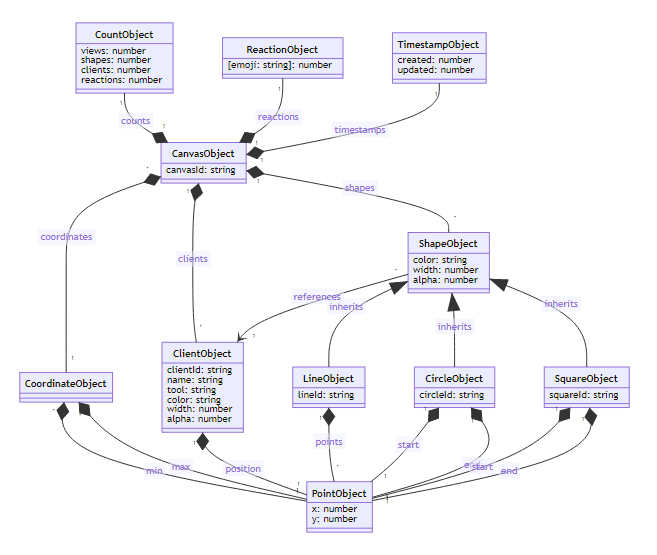
The Mermaid diagram diagrams/data-model.png in ghackenberg/paintwall, before a commit. Its source is kept beside it as diagrams/data-model.mmd.
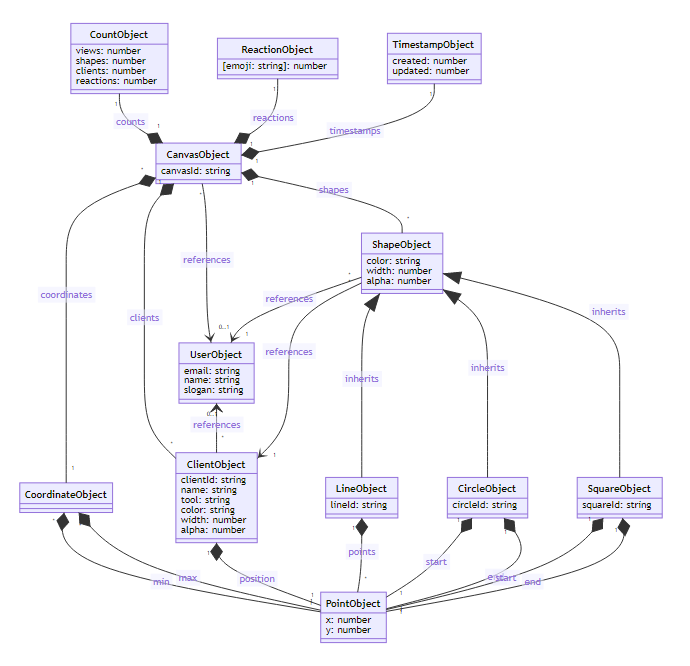
Later version of the same file.

Change to the diagram source:
```diff
@@ -1,4 +1,9 @@
 classDiagram
+    class UserObject {
+        email: string
+        name: string
+        slogan: string
+    }
     class PointObject {
         x: number
         y: number
@@ -47,6 +52,7 @@
 
     CanvasObject "1" *-- "*" ClientObject: clients
     CanvasObject "1" *-- "*" ShapeObject: shapes
+    CanvasObject "*" --> "0..1" UserObject: references
     CanvasObject "*" *-- "1" CoordinateObject: coordinates
 
     CountObject "1" --* "1" CanvasObject: counts
@@ -56,6 +62,9 @@
     CoordinateObject "*" *-- "1" PointObject: min
     CoordinateObject "*" *-- "1" PointObject: max
 
+    UserObject "0..1" <-- "*" ClientObject: references
+
+    ShapeObject "*" --> "1" UserObject: references
     ShapeObject <|-- LineObject: inherits
     ShapeObject <|-- CircleObject: inherits
     ShapeObject <|-- SquareObject: inherits
```
